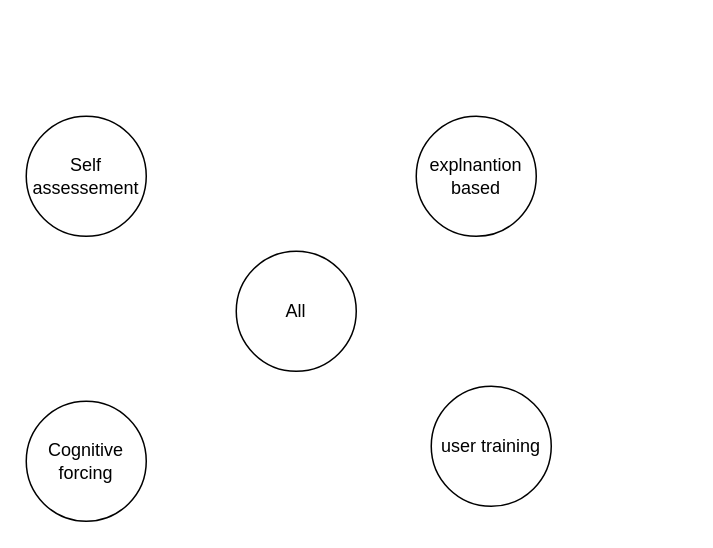
raeeschaudhary/Coursera_Exams keeps this draw.io diagram as ext/chi-rev-method-overview.drawio. Above is the earlier version. Source tidied: cells renumbered, new cells numbered last; positions are measured from the earlier drawing's top-left corner, leaving out a move shared by most shapes. Both pictures are drawn from the tidied source at 150%, with x=0, y=0 at pixel (26, 116).
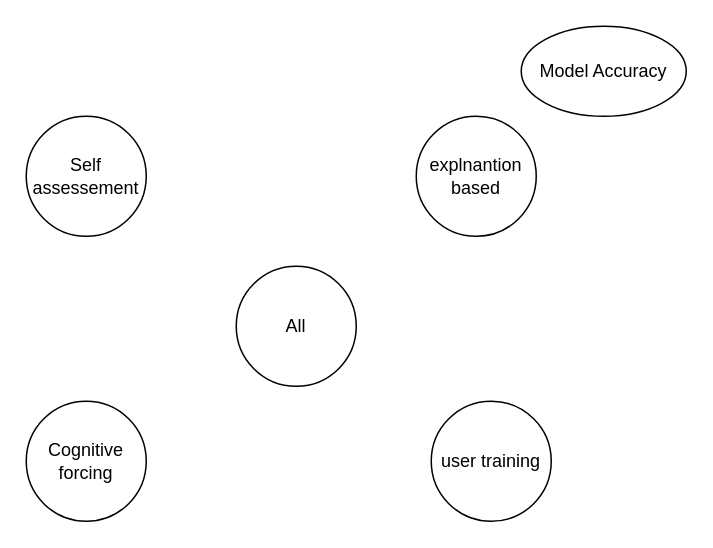
The same page after the edit.

The edit, as a diff of the source:
```diff
@@
 <mxGraphModel>
   <root>
     <mxCell id="0" />
     <mxCell id="1" parent="0" />
     <mxCell id="2" value="All" style="ellipse;whiteSpace=wrap;html=1;" parent="1" vertex="1">
-      <mxGeometry x="140" y="90" width="80" height="80" as="geometry" />
+      <mxGeometry x="140" y="100" width="80" height="80" as="geometry" />
     </mxCell>
     <mxCell id="3" value="explnantion based" style="ellipse;whiteSpace=wrap;html=1;" parent="1" vertex="1">
       <mxGeometry x="260" width="80" height="80" as="geometry" />
     </mxCell>
     <mxCell id="4" value="user training" style="ellipse;whiteSpace=wrap;html=1;" parent="1" vertex="1">
-      <mxGeometry x="270" y="180" width="80" height="80" as="geometry" />
+      <mxGeometry x="270" y="190" width="80" height="80" as="geometry" />
     </mxCell>
     <mxCell id="5" value="Cognitive forcing" style="ellipse;whiteSpace=wrap;html=1;" parent="1" vertex="1">
       <mxGeometry y="190" width="80" height="80" as="geometry" />
     </mxCell>
     <mxCell id="6" value="Self assessement" style="ellipse;whiteSpace=wrap;html=1;" parent="1" vertex="1">
       <mxGeometry width="80" height="80" as="geometry" />
     </mxCell>
+    <mxCell id="7" value="Model Accuracy" style="ellipse;whiteSpace=wrap;html=1;" parent="1" vertex="1">
+      <mxGeometry x="330" y="-60" width="110" height="60" as="geometry" />
+    </mxCell>
   </root>
 </mxGraphModel>
```
